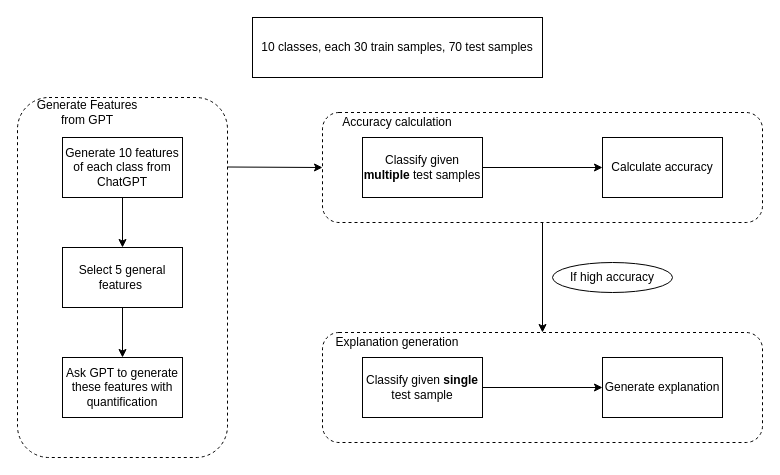
Earlier version of the draw.io diagram misc/pipeline/explain_by_GPT.drawio (lab992/Generate_explanations_for_classification_by_ChatGPT). Source tidied: cells renumbered, new cells numbered last; positions are measured from the earlier drawing's top-left corner, leaving out a move shared by most shapes. Both pictures are drawn from the tidied source at 100%, with x=0, y=0 at pixel (17, 17).
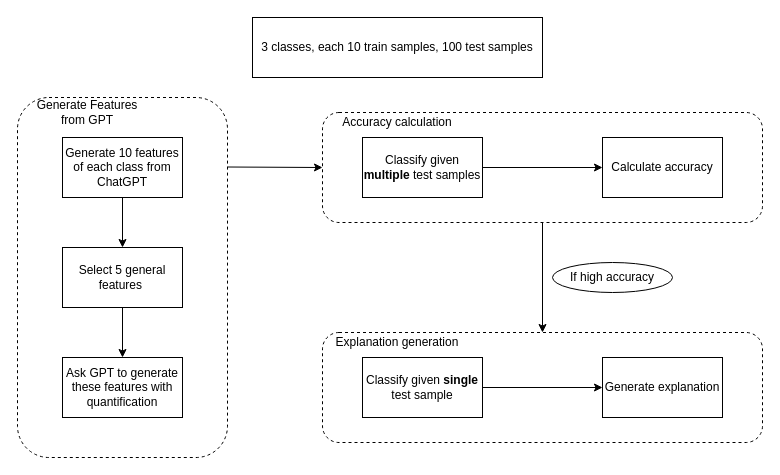
After the change.

The edit, as a diff of the source:
```diff
@@
-    <mxCell id="2" value="10 classes, each 30 train samples, 70 test samples" style="rounded=0;whiteSpace=wrap;html=1;" parent="1" vertex="1">
+    <mxCell id="2" value="3 classes, each 10 train samples, 100 test samples" style="rounded=0;whiteSpace=wrap;html=1;" parent="1" vertex="1">
       <mxGeometry x="235" width="290" height="60" as="geometry" />
     </mxCell>
```
